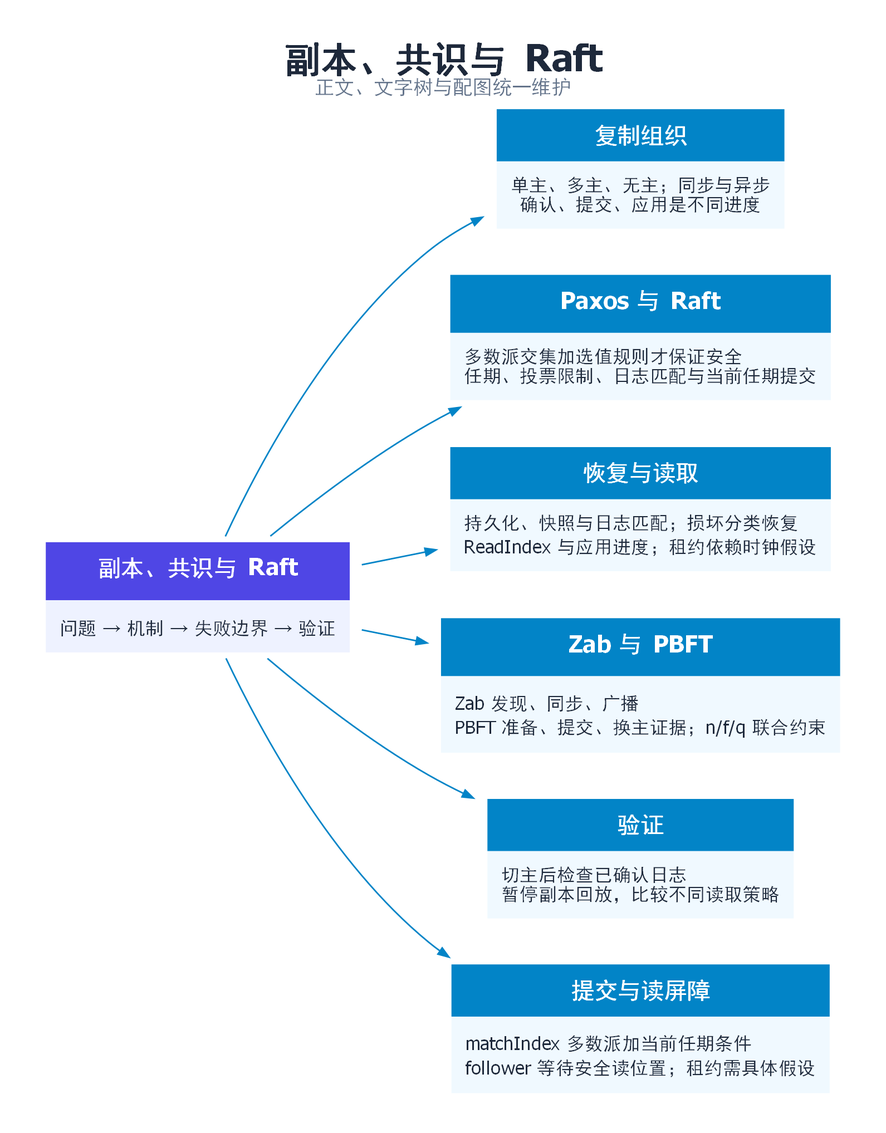
The Graphviz diagram 分布式系统/images/topic-03-mindmap.png in zingerWang/Jobs, before a commit. Its source is kept beside it as 分布式系统/images/topic-03-mindmap.dot. Its diagram source:
```dot
digraph G {
graph [rankdir=LR, bgcolor="white", dpi=200, pad=0.3, nodesep=0.3, ranksep=0.6, fontname="PingFang SC", labelloc=t, label=<<FONT POINT-SIZE="24" COLOR="#1E293B"><B>副本、共识与 Raft</B></FONT><BR/><FONT POINT-SIZE="13" COLOR="#64748B">正文、文字树与配图统一维护</FONT>>];
node [shape=plaintext, fontname="PingFang SC"];
edge [fontname="PingFang SC", fontsize=11, arrowhead=normal, arrowsize=0.7, color="#0284C7", fontcolor="#0284C7"];
root [label=<<TABLE BORDER="0" CELLBORDER="0" CELLSPACING="0" CELLPADDING="9"><TR><TD BGCOLOR="#4F46E5"><FONT COLOR="white" POINT-SIZE="15"><B>副本、共识与 Raft</B></FONT></TD></TR><TR><TD BGCOLOR="#EEF2FF" ALIGN="LEFT"><FONT COLOR="#1E293B" POINT-SIZE="12">问题 → 机制 → 失败边界 → 验证</FONT></TD></TR></TABLE>>];
n0 [label=<<TABLE BORDER="0" CELLBORDER="0" CELLSPACING="0" CELLPADDING="9"><TR><TD BGCOLOR="#0284C7"><FONT COLOR="white" POINT-SIZE="15"><B>复制组织</B></FONT></TD></TR><TR><TD BGCOLOR="#F0F9FF" ALIGN="LEFT"><FONT COLOR="#1E293B" POINT-SIZE="12">单主、多主、无主；同步与异步<BR ALIGN="LEFT"/>确认、提交、应用是不同进度</FONT></TD></TR></TABLE>>];
n1 [label=<<TABLE BORDER="0" CELLBORDER="0" CELLSPACING="0" CELLPADDING="9"><TR><TD BGCOLOR="#0284C7"><FONT COLOR="white" POINT-SIZE="15"><B>Paxos 与 Raft</B></FONT></TD></TR><TR><TD BGCOLOR="#F0F9FF" ALIGN="LEFT"><FONT COLOR="#1E293B" POINT-SIZE="12">多数派交集加选值规则才保证安全<BR ALIGN="LEFT"/>任期、投票限制、日志匹配与当前任期提交</FONT></TD></TR></TABLE>>];
n2 [label=<<TABLE BORDER="0" CELLBORDER="0" CELLSPACING="0" CELLPADDING="9"><TR><TD BGCOLOR="#0284C7"><FONT COLOR="white" POINT-SIZE="15"><B>恢复与读取</B></FONT></TD></TR><TR><TD BGCOLOR="#F0F9FF" ALIGN="LEFT"><FONT COLOR="#1E293B" POINT-SIZE="12">持久化、快照与日志匹配；损坏分类恢复<BR ALIGN="LEFT"/>ReadIndex 与应用进度；租约依赖时钟假设</FONT></TD></TR></TABLE>>];
n3 [label=<<TABLE BORDER="0" CELLBORDER="0" CELLSPACING="0" CELLPADDING="9"><TR><TD BGCOLOR="#0284C7"><FONT COLOR="white" POINT-SIZE="15"><B>Zab 与 PBFT</B></FONT></TD></TR><TR><TD BGCOLOR="#F0F9FF" ALIGN="LEFT"><FONT COLOR="#1E293B" POINT-SIZE="12">Zab 发现、同步、广播<BR ALIGN="LEFT"/>PBFT 准备、提交、换主证据；n/f/q 联合约束</FONT></TD></TR></TABLE>>];
n4 [label=<<TABLE BORDER="0" CELLBORDER="0" CELLSPACING="0" CELLPADDING="9"><TR><TD BGCOLOR="#0284C7"><FONT COLOR="white" POINT-SIZE="15"><B>验证</B></FONT></TD></TR><TR><TD BGCOLOR="#F0F9FF" ALIGN="LEFT"><FONT COLOR="#1E293B" POINT-SIZE="12">切主后检查已确认日志<BR ALIGN="LEFT"/>暂停副本回放，比较不同读取策略</FONT></TD></TR></TABLE>>];
n5 [label=<<TABLE BORDER="0" CELLBORDER="0" CELLSPACING="0" CELLPADDING="9"><TR><TD BGCOLOR="#0284C7"><FONT COLOR="white" POINT-SIZE="15"><B>提交与读屏障</B></FONT></TD></TR><TR><TD BGCOLOR="#F0F9FF" ALIGN="LEFT"><FONT COLOR="#1E293B" POINT-SIZE="12">matchIndex 多数派加当前任期条件<BR ALIGN="LEFT"/>follower 等待安全读位置；租约需具体假设</FONT></TD></TR></TABLE>>];
root -> n0;
root -> n1;
root -> n2;
root -> n3;
root -> n4;
root -> n5;
}
```
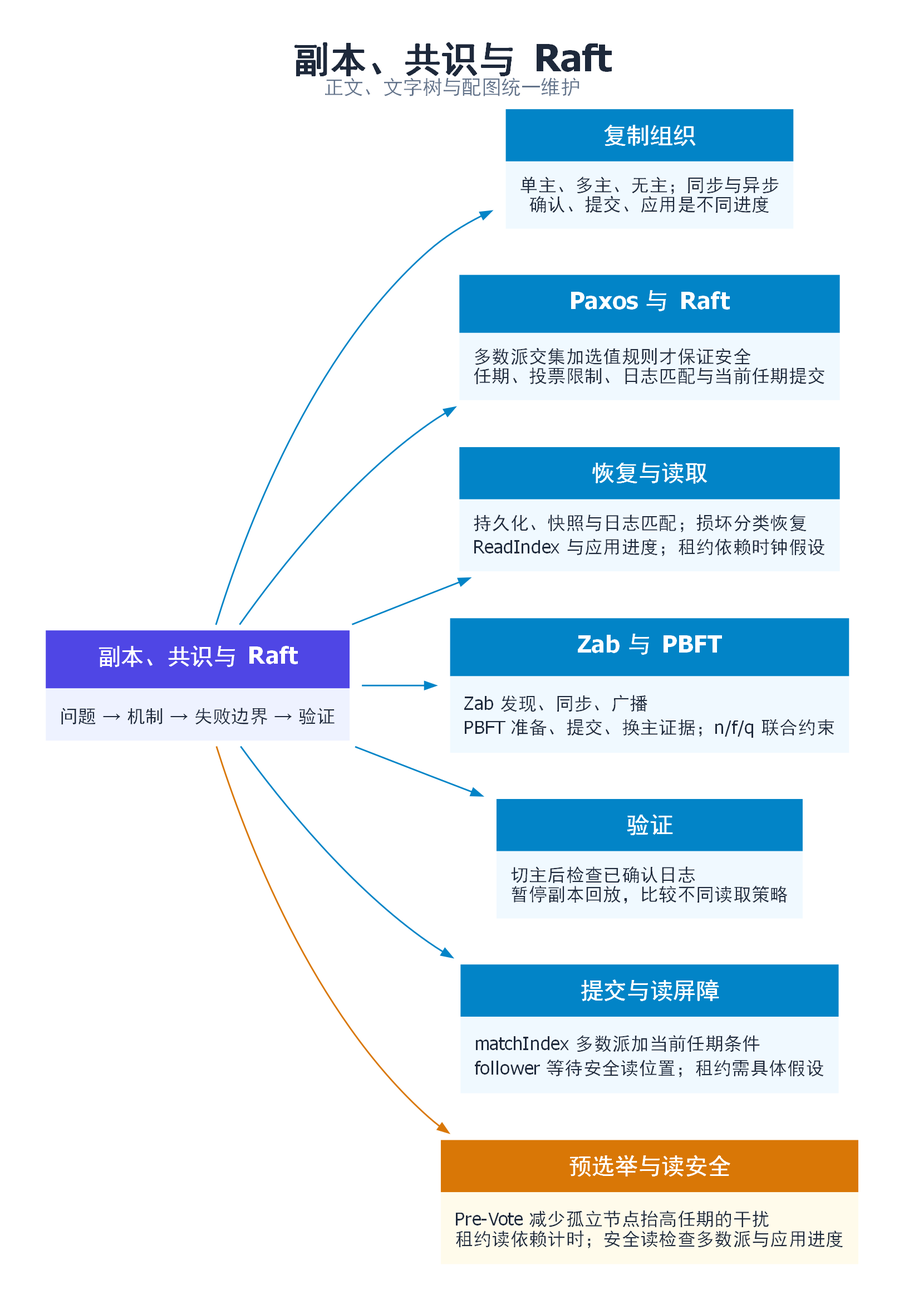
The same diagram one commit later.

Diff of the diagram source:
```diff
@@ -15,4 +15,6 @@
 root -> n3;
 root -> n4;
 root -> n5;
+engineering [label=<<TABLE BORDER="0" CELLBORDER="0" CELLSPACING="0" CELLPADDING="9"><TR><TD BGCOLOR="#D97706"><FONT COLOR="white" POINT-SIZE="15"><B>预选举与读安全</B></FONT></TD></TR><TR><TD BGCOLOR="#FFFBEB" ALIGN="LEFT"><FONT COLOR="#1E293B" POINT-SIZE="12">Pre-Vote 减少孤立节点抬高任期的干扰<BR ALIGN="LEFT"/>租约读依赖计时；安全读检查多数派与应用进度</FONT></TD></TR></TABLE>>];
+root -> engineering [color="#D97706",fontcolor="#D97706"];
 }
```
